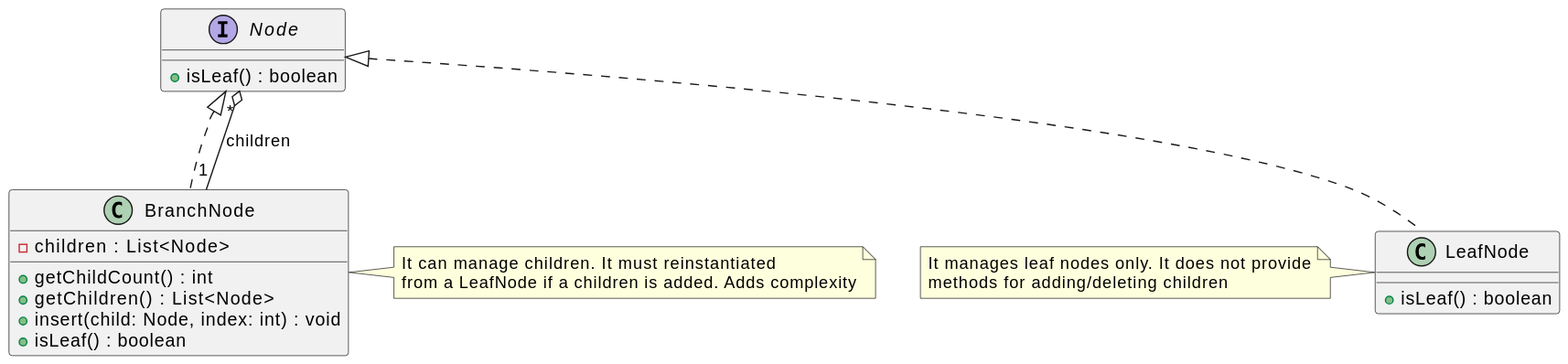
SWD-ARCH-Group-Team-22/project keeps this PlantUML diagram as doc/deliverables/puml/composite_alternative.svg. Above is the earlier version. Its diagram source:
```plantuml
@startuml
    interface Node {
        + isLeaf() : boolean

    }


    class LeafNode {
        + isLeaf() : boolean
    }

    class BranchNode {
        - children : List<Node>
        + getChildCount() : int
        + getChildren() : List<Node>
        + insert(child: Node, index: int) : void
        + isLeaf() : boolean
    }

    Node <|.. LeafNode
    Node <|.. BranchNode
    BranchNode "1" --o "*" Node : children

    note left of LeafNode
    It manages leaf nodes only. It does not provide
    methods for adding/deleting children
    end note

    note right of BranchNode
    It can manage children. It must reinstantiated
    from a LeafNode if a children is added. Adds complexity
    end note
@enduml
```
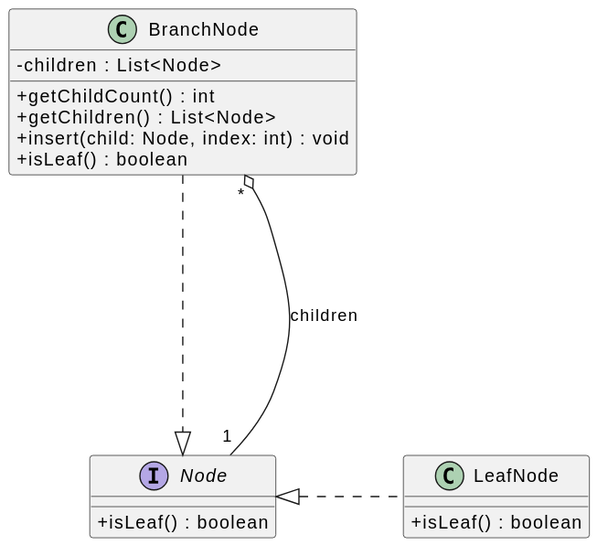
After the change.

What changed in the source:
```diff
@@ -1,33 +1,28 @@
 @startuml
-    interface Node {
-        + isLeaf() : boolean
+skinparam classAttributeIconSize 0
+skinparam nodesep 100
+skinparam ranksep 100
 
-    }
+interface Node {
+  + isLeaf() : boolean
+}
+
+class BranchNode {
+  - children : List<Node>
+  + getChildCount() : int
+  + getChildren() : List<Node>
+  + insert(child: Node, index: int) : void
+  + isLeaf() : boolean
+}
+
+class LeafNode {
+  + isLeaf() : boolean
+}
 
 
-    class LeafNode {
-        + isLeaf() : boolean
-    }
+BranchNode -down..|> Node
+BranchNode " * " o-down- " 1 " Node : children
 
-    class BranchNode {
-        - children : List<Node>
-        + getChildCount() : int
-        + getChildren() : List<Node>
-        + insert(child: Node, index: int) : void
-        + isLeaf() : boolean
-    }
+LeafNode -left..|> Node
 
-    Node <|.. LeafNode
-    Node <|.. BranchNode
-    BranchNode "1" --o "*" Node : children
-
-    note left of LeafNode
-    It manages leaf nodes only. It does not provide
-    methods for adding/deleting children
-    end note
-
-    note right of BranchNode
-    It can manage children. It must reinstantiated
-    from a LeafNode if a children is added. Adds complexity
-    end note
 @enduml
```
